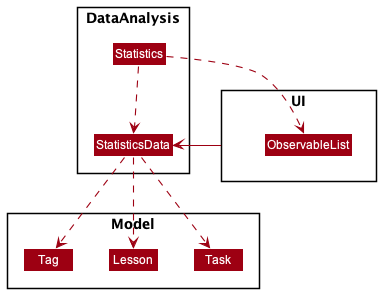
The PlantUML diagram docs/images/StatsClassDiagram.png in nus-cs2103-AY2021S1/tp, before a commit. Source of this version:
```plantuml
@startuml
!include style.puml
skinparam arrowThickness 1.1
skinparam arrowColor MODEL_COLOR
skinparam classBackgroundColor MODEL_COLOR

package DataAnalysis {
    Class StatisticsData
    Class Statistics
}

package Model {
    Class Task
    Class Lesson
    Class Tag
}

package UI {
    Class ObservableList
}

StatisticsData ..> Task
StatisticsData ..> Lesson
StatisticsData ..> Tag
Statistics ..> StatisticsData
Statistics ..> ObservableList
UI -left-> StatisticsData
@enduml
```
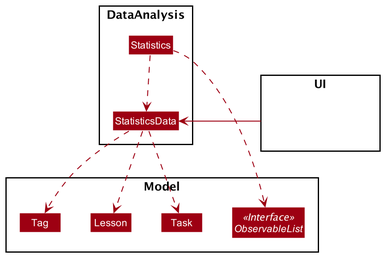
Above is the later version.

The edit, as a diff of the source:
```diff
@@ -10,13 +10,14 @@
 }
 
 package Model {
+    Interface ObservableList <<Interface>>
     Class Task
     Class Lesson
     Class Tag
 }
 
 package UI {
-    Class ObservableList
+    Class HiddenLogic #FFFFFF
 }
 
 StatisticsData ..> Task
```
